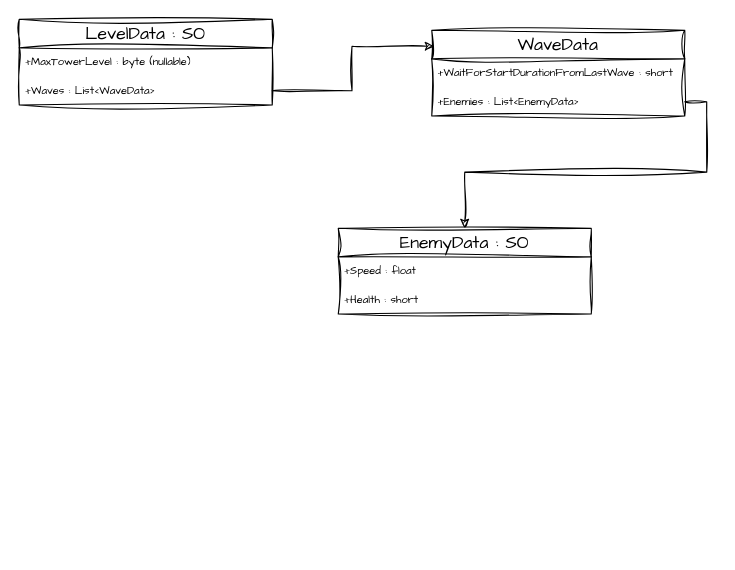
Earlier version of the draw.io diagram Untitled Diagram.drawio (emrullah-cengiz/TowerDefense). Source tidied: cells renumbered, new cells numbered last; positions are measured from the earlier drawing's top-left corner, leaving out a move shared by most shapes. Both pictures are drawn from the tidied source at 110%, with x=0, y=0 at pixel (19, 19).
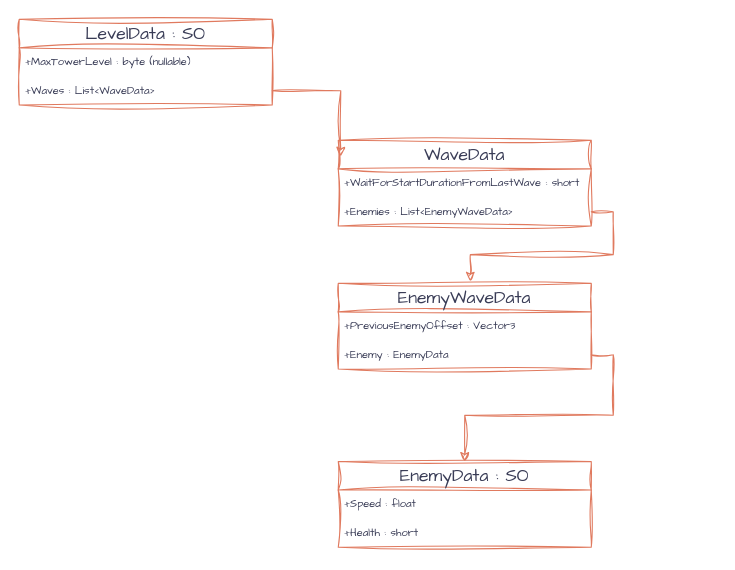
The same page after the edit.

The edit, as a diff of the source:
```diff
@@
 <mxGraphModel>
   <root>
     <mxCell id="0" />
     <mxCell id="1" parent="0" />
-    <mxCell id="2" value="&lt;font style=&quot;font-size: 16px;&quot;&gt;LevelData : SO&lt;/font&gt;" style="swimlane;fontStyle=0;horizontal=1;startSize=26;fillColor=none;whiteSpace=wrap;html=1;sketch=1;hachureGap=4;jiggle=2;curveFitting=1;fontFamily=Architects Daughter;fontSize=16;" parent="1" vertex="1">
+    <mxCell id="2" value="&lt;font style=&quot;font-size: 16px;&quot;&gt;LevelData : SO&lt;/font&gt;" style="swimlane;fontStyle=0;horizontal=1;startSize=26;fillColor=none;whiteSpace=wrap;html=1;sketch=1;hachureGap=4;jiggle=2;curveFitting=1;fontFamily=Architects Daughter;fontSize=16;labelBackgroundColor=none;strokeColor=#E07A5F;fontColor=#393C56;" parent="1" vertex="1">
       <mxGeometry width="230" height="78" as="geometry" />
     </mxCell>
-    <mxCell id="3" value="+MaxTowerLevel : byte (nullable)&lt;br style=&quot;border-color: var(--border-color); font-size: 10px;&quot;&gt;" style="text;strokeColor=none;fillColor=none;align=left;verticalAlign=top;spacingLeft=4;spacingRight=4;overflow=hidden;whiteSpace=wrap;html=1;fontSize=10;fontFamily=Architects Daughter;" parent="2" vertex="1">
+    <mxCell id="3" value="+MaxTowerLevel : byte (nullable)&lt;br style=&quot;border-color: var(--border-color); font-size: 10px;&quot;&gt;" style="text;strokeColor=none;fillColor=none;align=left;verticalAlign=top;spacingLeft=4;spacingRight=4;overflow=hidden;whiteSpace=wrap;html=1;fontSize=10;fontFamily=Architects Daughter;labelBackgroundColor=none;fontColor=#393C56;" parent="2" vertex="1">
       <mxGeometry y="26" width="230" height="26" as="geometry" />
     </mxCell>
-    <mxCell id="4" value="+Waves : List&amp;lt;WaveData&amp;gt;" style="text;strokeColor=none;fillColor=none;align=left;verticalAlign=top;spacingLeft=4;spacingRight=4;overflow=hidden;points=[[0,0.5],[1,0.5]];portConstraint=eastwest;whiteSpace=wrap;html=1;fontSize=10;fontFamily=Architects Daughter;" parent="2" vertex="1">
+    <mxCell id="4" value="+Waves : List&amp;lt;WaveData&amp;gt;" style="text;strokeColor=none;fillColor=none;align=left;verticalAlign=top;spacingLeft=4;spacingRight=4;overflow=hidden;points=[[0,0.5],[1,0.5]];portConstraint=eastwest;whiteSpace=wrap;html=1;fontSize=10;fontFamily=Architects Daughter;labelBackgroundColor=none;fontColor=#393C56;" parent="2" vertex="1">
       <mxGeometry y="52" width="230" height="26" as="geometry" />
     </mxCell>
-    <mxCell id="5" style="edgeStyle=orthogonalEdgeStyle;rounded=0;sketch=1;hachureGap=4;jiggle=2;curveFitting=1;jettySize=auto;html=1;entryX=0.01;entryY=0.187;entryDx=0;entryDy=0;fontFamily=Architects Daughter;fontSize=16;entryPerimeter=0;" parent="1" edge="1" source="4" target="6">
+    <mxCell id="5" style="edgeStyle=orthogonalEdgeStyle;rounded=0;sketch=1;hachureGap=4;jiggle=2;curveFitting=1;jettySize=auto;html=1;entryX=0.01;entryY=0.187;entryDx=0;entryDy=0;fontFamily=Architects Daughter;fontSize=16;entryPerimeter=0;labelBackgroundColor=none;strokeColor=#E07A5F;fontColor=default;" parent="1" edge="1" source="4" target="6">
       <mxGeometry relative="1" as="geometry" />
     </mxCell>
-    <mxCell id="6" value="WaveData" style="swimlane;fontStyle=0;horizontal=1;startSize=26;fillColor=none;whiteSpace=wrap;html=1;sketch=1;hachureGap=4;jiggle=2;curveFitting=1;fontFamily=Architects Daughter;fontSize=16;" parent="1" vertex="1">
-      <mxGeometry x="375" y="10" width="230" height="78" as="geometry" />
+    <mxCell id="6" value="WaveData" style="swimlane;fontStyle=0;horizontal=1;startSize=26;fillColor=none;whiteSpace=wrap;html=1;sketch=1;hachureGap=4;jiggle=2;curveFitting=1;fontFamily=Architects Daughter;fontSize=16;labelBackgroundColor=none;strokeColor=#E07A5F;fontColor=#393C56;" parent="1" vertex="1">
+      <mxGeometry x="290" y="110" width="230" height="78" as="geometry" />
     </mxCell>
-    <mxCell id="7" value="+WaitForStartDurationFromLastWave : short&lt;br style=&quot;border-color: var(--border-color); font-size: 12px;&quot;&gt;" style="text;strokeColor=none;fillColor=none;align=left;verticalAlign=top;spacingLeft=4;spacingRight=4;overflow=hidden;whiteSpace=wrap;html=1;fontSize=10;fontFamily=Architects Daughter;" parent="6" vertex="1">
+    <mxCell id="7" value="+WaitForStartDurationFromLastWave : short&lt;br style=&quot;border-color: var(--border-color); font-size: 12px;&quot;&gt;" style="text;strokeColor=none;fillColor=none;align=left;verticalAlign=top;spacingLeft=4;spacingRight=4;overflow=hidden;whiteSpace=wrap;html=1;fontSize=10;fontFamily=Architects Daughter;labelBackgroundColor=none;fontColor=#393C56;" parent="6" vertex="1">
       <mxGeometry y="26" width="230" height="26" as="geometry" />
     </mxCell>
-    <mxCell id="8" value="+Enemies : List&amp;lt;EnemyData&amp;gt;" style="text;strokeColor=none;fillColor=none;align=left;verticalAlign=top;spacingLeft=4;spacingRight=4;overflow=hidden;points=[[0,0.5],[1,0.5]];portConstraint=eastwest;whiteSpace=wrap;html=1;fontSize=10;fontFamily=Architects Daughter;" parent="6" vertex="1">
+    <mxCell id="8" value="+Enemies : List&amp;lt;EnemyWaveData&amp;gt;" style="text;strokeColor=none;fillColor=none;align=left;verticalAlign=top;spacingLeft=4;spacingRight=4;overflow=hidden;points=[[0,0.5],[1,0.5]];portConstraint=eastwest;whiteSpace=wrap;html=1;fontSize=10;fontFamily=Architects Daughter;labelBackgroundColor=none;fontColor=#393C56;" parent="6" vertex="1">
       <mxGeometry y="52" width="230" height="26" as="geometry" />
     </mxCell>
-    <mxCell id="9" value="EnemyData : SO" style="swimlane;fontStyle=0;horizontal=1;startSize=26;fillColor=none;whiteSpace=wrap;html=1;sketch=1;hachureGap=4;jiggle=2;curveFitting=1;fontFamily=Architects Daughter;fontSize=16;" parent="1" vertex="1">
-      <mxGeometry x="290" y="190" width="230" height="78" as="geometry" />
+    <mxCell id="9" value="EnemyData : SO" style="swimlane;fontStyle=0;horizontal=1;startSize=26;fillColor=none;whiteSpace=wrap;html=1;sketch=1;hachureGap=4;jiggle=2;curveFitting=1;fontFamily=Architects Daughter;fontSize=16;labelBackgroundColor=none;strokeColor=#E07A5F;fontColor=#393C56;" parent="1" vertex="1">
+      <mxGeometry x="290" y="402" width="230" height="78" as="geometry" />
     </mxCell>
-    <mxCell id="10" value="+Speed : float" style="text;strokeColor=none;fillColor=none;align=left;verticalAlign=top;spacingLeft=4;spacingRight=4;overflow=hidden;whiteSpace=wrap;html=1;fontSize=10;fontFamily=Architects Daughter;" parent="9" vertex="1">
+    <mxCell id="10" value="+Speed : float" style="text;strokeColor=none;fillColor=none;align=left;verticalAlign=top;spacingLeft=4;spacingRight=4;overflow=hidden;whiteSpace=wrap;html=1;fontSize=10;fontFamily=Architects Daughter;labelBackgroundColor=none;fontColor=#393C56;" parent="9" vertex="1">
       <mxGeometry y="26" width="230" height="26" as="geometry" />
     </mxCell>
-    <mxCell id="11" value="+Health : short" style="text;strokeColor=none;fillColor=none;align=left;verticalAlign=top;spacingLeft=4;spacingRight=4;overflow=hidden;whiteSpace=wrap;html=1;fontSize=10;fontFamily=Architects Daughter;" parent="9" vertex="1">
+    <mxCell id="11" value="+Health : short" style="text;strokeColor=none;fillColor=none;align=left;verticalAlign=top;spacingLeft=4;spacingRight=4;overflow=hidden;whiteSpace=wrap;html=1;fontSize=10;fontFamily=Architects Daughter;labelBackgroundColor=none;fontColor=#393C56;" parent="9" vertex="1">
       <mxGeometry y="52" width="230" height="26" as="geometry" />
     </mxCell>
-    <mxCell id="12" style="edgeStyle=orthogonalEdgeStyle;rounded=0;sketch=1;hachureGap=4;jiggle=2;curveFitting=1;jettySize=auto;html=1;exitX=1;exitY=0.5;exitDx=0;exitDy=0;fontFamily=Architects Daughter;fontSize=16;" parent="1" edge="1" source="8" target="9">
+    <mxCell id="12" style="edgeStyle=orthogonalEdgeStyle;rounded=0;sketch=1;hachureGap=4;jiggle=2;curveFitting=1;jettySize=auto;html=1;exitX=1;exitY=0.5;exitDx=0;exitDy=0;fontFamily=Architects Daughter;fontSize=16;entryX=0.522;entryY=-0.023;entryDx=0;entryDy=0;entryPerimeter=0;labelBackgroundColor=none;strokeColor=#E07A5F;fontColor=default;" parent="1" edge="1" source="8" target="13">
       <mxGeometry relative="1" as="geometry" />
     </mxCell>
+    <mxCell id="13" value="EnemyWaveData" style="swimlane;fontStyle=0;horizontal=1;startSize=26;fillColor=none;whiteSpace=wrap;html=1;sketch=1;hachureGap=4;jiggle=2;curveFitting=1;fontFamily=Architects Daughter;fontSize=16;labelBackgroundColor=none;strokeColor=#E07A5F;fontColor=#393C56;" parent="1" vertex="1">
+      <mxGeometry x="290" y="240" width="230" height="78" as="geometry" />
+    </mxCell>
+    <mxCell id="14" value="+PreviousEnemyOffset : Vector3" style="text;strokeColor=none;fillColor=none;align=left;verticalAlign=top;spacingLeft=4;spacingRight=4;overflow=hidden;whiteSpace=wrap;html=1;fontSize=10;fontFamily=Architects Daughter;labelBackgroundColor=none;fontColor=#393C56;" parent="13" vertex="1">
+      <mxGeometry y="26" width="230" height="26" as="geometry" />
+    </mxCell>
+    <mxCell id="15" value="+Enemy : EnemyData" style="text;strokeColor=none;fillColor=none;align=left;verticalAlign=top;spacingLeft=4;spacingRight=4;overflow=hidden;points=[[0,0.5],[1,0.5]];portConstraint=eastwest;whiteSpace=wrap;html=1;fontSize=10;fontFamily=Architects Daughter;labelBackgroundColor=none;fontColor=#393C56;" parent="13" vertex="1">
+      <mxGeometry y="52" width="230" height="26" as="geometry" />
+    </mxCell>
+    <mxCell id="16" style="edgeStyle=orthogonalEdgeStyle;rounded=0;sketch=1;hachureGap=4;jiggle=2;curveFitting=1;jettySize=auto;html=1;exitX=1;exitY=0.5;exitDx=0;exitDy=0;strokeColor=#E07A5F;fontFamily=Architects Daughter;fontSize=16;fontColor=#393C56;fillColor=#F2CC8F;" parent="1" edge="1" source="15" target="9">
+      <mxGeometry relative="1" as="geometry" />
+    </mxCell>
   </root>
 </mxGraphModel>
```
